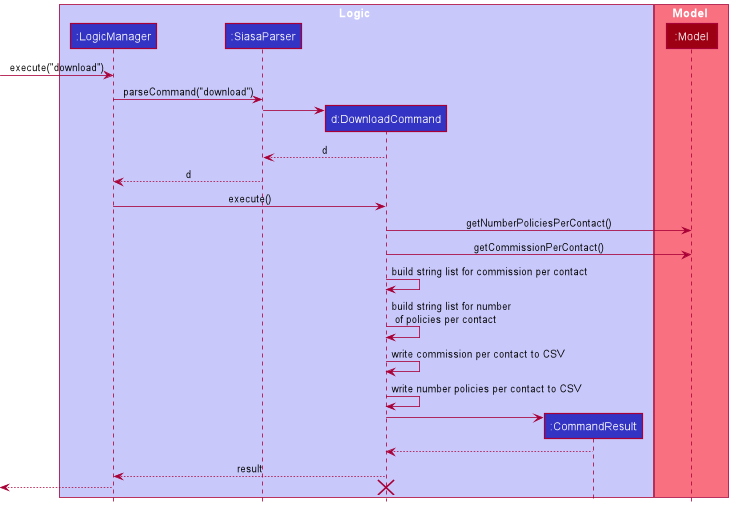
This is docs/images/DownloadSequenceDiagram.png from nus-cs2103-AY2122S1/tp, a PlantUML export, as it was before one commit.
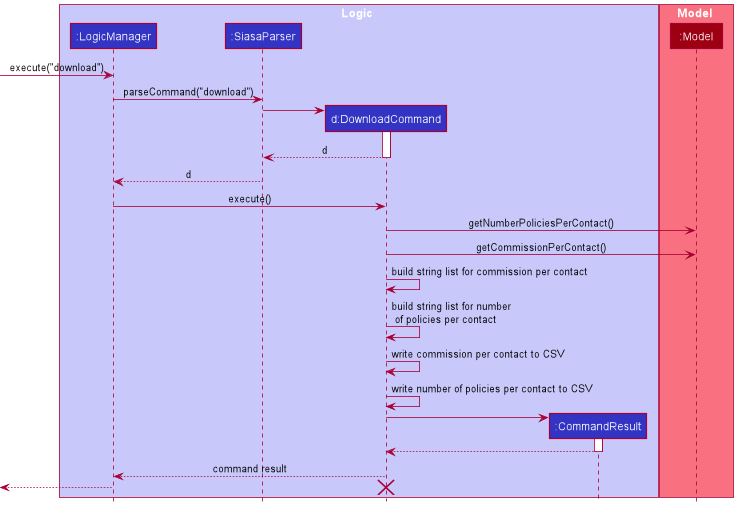
Later version of the same file.

Commit message:
update sequence diagram image

Change to the diagram source:
```diff
@@ -20,9 +20,10 @@
 
 create DownloadCommand
 SiasaParser -> DownloadCommand
-
+activate DownloadCommand
 
 DownloadCommand --> SiasaParser : d
+deactivate DownloadCommand
 
 SiasaParser --> LogicManager : d
 
@@ -41,14 +42,16 @@
 
 DownloadCommand -> DownloadCommand : write commission per contact to CSV
 
-DownloadCommand -> DownloadCommand : write number policies per contact to CSV
+DownloadCommand -> DownloadCommand : write number of policies per contact to CSV
 
 create CommandResult
 DownloadCommand -> CommandResult
+activate CommandResult
 
 CommandResult --> DownloadCommand
+deactivate CommandResult
 
-DownloadCommand --> LogicManager : result
+DownloadCommand --> LogicManager : command result
 
 
 [<--LogicManager
```
